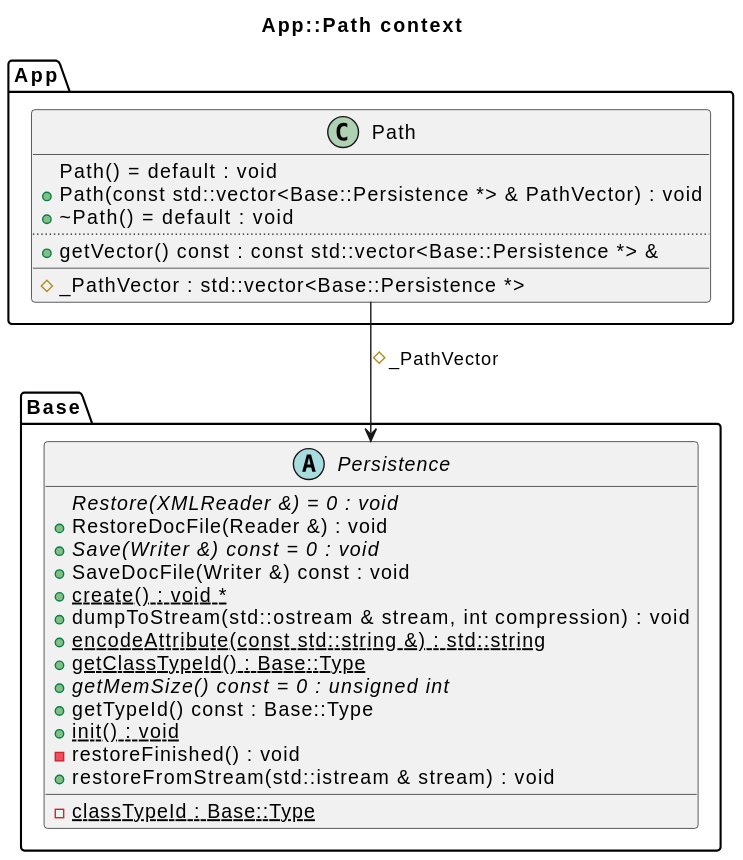
bkryza/clang-uml-examples keeps this PlantUML diagram as freecad/diagrams/app_Path.svg. Above is the earlier version. Source of this version:
```plantuml
@startuml
title App::Path context
package [Base] as C_0005614219575140048477 {
abstract "Persistence" as C_0011528780144950876692
abstract C_0011528780144950876692 [[https://github.com/FreeCAD/FreeCAD/blob/2fcc5317fe3aee96ca73475986a577719fc78e20/src/Base/Persistence.h#L36{Persistence}]] {
{abstract} +Restore(XMLReader &) = 0 : void [[[https://github.com/FreeCAD/FreeCAD/blob/2fcc5317fe3aee96ca73475986a577719fc78e20/src/Base/Persistence.h#L79{Restore}]]]
+RestoreDocFile(Reader &) : void [[[https://github.com/FreeCAD/FreeCAD/blob/2fcc5317fe3aee96ca73475986a577719fc78e20/src/Base/Persistence.h#L144{RestoreDocFile}]]]
{abstract} +Save(Writer &) const = 0 : void [[[https://github.com/FreeCAD/FreeCAD/blob/2fcc5317fe3aee96ca73475986a577719fc78e20/src/Base/Persistence.h#L63{Save}]]]
+SaveDocFile(Writer &) const : void [[[https://github.com/FreeCAD/FreeCAD/blob/2fcc5317fe3aee96ca73475986a577719fc78e20/src/Base/Persistence.h#L114{SaveDocFile}]]]
{static} +create() : void * [[[https://github.com/FreeCAD/FreeCAD/blob/2fcc5317fe3aee96ca73475986a577719fc78e20/src/Base/BaseClass.h#L40{create}]]]
+dumpToStream(std::ostream & stream, int compression) : void [[[https://github.com/FreeCAD/FreeCAD/blob/2fcc5317fe3aee96ca73475986a577719fc78e20/src/Base/Persistence.h#L149{dumpToStream}]]]
{static} +encodeAttribute(const std::string &) : std::string [[[https://github.com/FreeCAD/FreeCAD/blob/2fcc5317fe3aee96ca73475986a577719fc78e20/src/Base/Persistence.h#L146{encodeAttribute}]]]
{static} +getClassTypeId() : Base::Type [[[https://github.com/FreeCAD/FreeCAD/blob/2fcc5317fe3aee96ca73475986a577719fc78e20/src/Base/BaseClass.h#L37{getClassTypeId}]]]
{abstract} +getMemSize() const = 0 : unsigned int [[[https://github.com/FreeCAD/FreeCAD/blob/2fcc5317fe3aee96ca73475986a577719fc78e20/src/Base/Persistence.h#L46{getMemSize}]]]
+getTypeId() const : Base::Type [[[https://github.com/FreeCAD/FreeCAD/blob/2fcc5317fe3aee96ca73475986a577719fc78e20/src/Base/BaseClass.h#L38{getTypeId}]]]
{static} +init() : void [[[https://github.com/FreeCAD/FreeCAD/blob/2fcc5317fe3aee96ca73475986a577719fc78e20/src/Base/BaseClass.h#L39{init}]]]
-restoreFinished() : void [[[https://github.com/FreeCAD/FreeCAD/blob/2fcc5317fe3aee96ca73475986a577719fc78e20/src/Base/Persistence.h#L160{restoreFinished}]]]
+restoreFromStream(std::istream & stream) : void [[[https://github.com/FreeCAD/FreeCAD/blob/2fcc5317fe3aee96ca73475986a577719fc78e20/src/Base/Persistence.h#L152{restoreFromStream}]]]
__
{static} -classTypeId : Base::Type [[[https://github.com/FreeCAD/FreeCAD/blob/2fcc5317fe3aee96ca73475986a577719fc78e20/src/Base/BaseClass.h#L43{classTypeId}]]]
}
}
package [App] as C_0018282610363821501524 {
class "Path" as C_0012882979932666026326
class C_0012882979932666026326 [[https://github.com/FreeCAD/FreeCAD/blob/2fcc5317fe3aee96ca73475986a577719fc78e20/src/App/Path.h#L36{Path}]] {
+Path() = default : void [[[https://github.com/FreeCAD/FreeCAD/blob/2fcc5317fe3aee96ca73475986a577719fc78e20/src/App/Path.h#L43{Path}]]]
+Path(const std::vector<Base::Persistence *> & PathVector) : void [[[https://github.com/FreeCAD/FreeCAD/blob/2fcc5317fe3aee96ca73475986a577719fc78e20/src/App/Path.h#L44{Path}]]]
+~Path() = default : void [[[https://github.com/FreeCAD/FreeCAD/blob/2fcc5317fe3aee96ca73475986a577719fc78e20/src/App/Path.h#L46{~Path}]]]
..
+getVector() const : const std::vector<Base::Persistence *> & [[[https://github.com/FreeCAD/FreeCAD/blob/2fcc5317fe3aee96ca73475986a577719fc78e20/src/App/Path.h#L48{getVector}]]]
__
#_PathVector : std::vector<Base::Persistence *> [[[https://github.com/FreeCAD/FreeCAD/blob/2fcc5317fe3aee96ca73475986a577719fc78e20/src/App/Path.h#L39{_PathVector}]]]
}
}
C_0012882979932666026326 --> C_0011528780144950876692 [[https://github.com/FreeCAD/FreeCAD/blob/2fcc5317fe3aee96ca73475986a577719fc78e20/src/App/Path.h#L39{_PathVector}]] : #_PathVector

@enduml
```
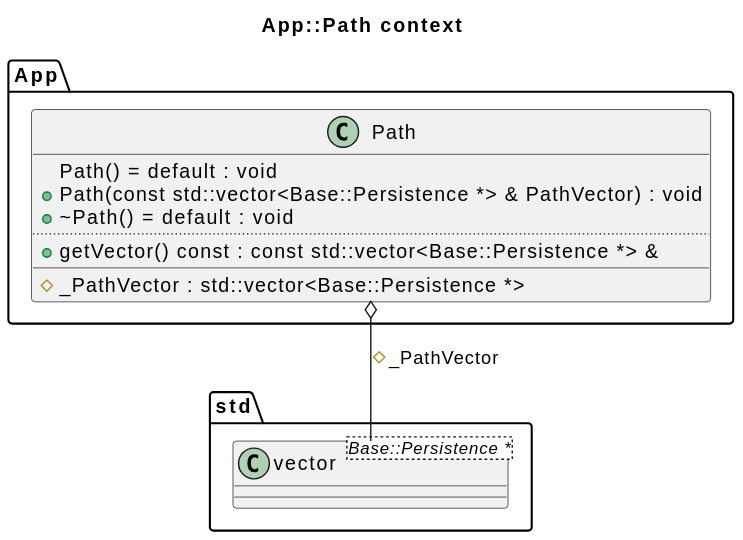
The same diagram one commit later.

Change to the diagram source:
```diff
@@ -1,23 +1,9 @@
 @startuml
 title App::Path context
-package [Base] as C_0005614219575140048477 {
-abstract "Persistence" as C_0011528780144950876692
-abstract C_0011528780144950876692 [[https://github.com/FreeCAD/FreeCAD/blob/2fcc5317fe3aee96ca73475986a577719fc78e20/src/Base/Persistence.h#L36{Persistence}]] {
-{abstract} +Restore(XMLReader &) = 0 : void [[[https://github.com/FreeCAD/FreeCAD/blob/2fcc5317fe3aee96ca73475986a577719fc78e20/src/Base/Persistence.h#L79{Restore}]]]
-+RestoreDocFile(Reader &) : void [[[https://github.com/FreeCAD/FreeCAD/blob/2fcc5317fe3aee96ca73475986a577719fc78e20/src/Base/Persistence.h#L144{RestoreDocFile}]]]
-{abstract} +Save(Writer &) const = 0 : void [[[https://github.com/FreeCAD/FreeCAD/blob/2fcc5317fe3aee96ca73475986a577719fc78e20/src/Base/Persistence.h#L63{Save}]]]
-+SaveDocFile(Writer &) const : void [[[https://github.com/FreeCAD/FreeCAD/blob/2fcc5317fe3aee96ca73475986a577719fc78e20/src/Base/Persistence.h#L114{SaveDocFile}]]]
-{static} +create() : void * [[[https://github.com/FreeCAD/FreeCAD/blob/2fcc5317fe3aee96ca73475986a577719fc78e20/src/Base/BaseClass.h#L40{create}]]]
-+dumpToStream(std::ostream & stream, int compression) : void [[[https://github.com/FreeCAD/FreeCAD/blob/2fcc5317fe3aee96ca73475986a577719fc78e20/src/Base/Persistence.h#L149{dumpToStream}]]]
-{static} +encodeAttribute(const std::string &) : std::string [[[https://github.com/FreeCAD/FreeCAD/blob/2fcc5317fe3aee96ca73475986a577719fc78e20/src/Base/Persistence.h#L146{encodeAttribute}]]]
-{static} +getClassTypeId() : Base::Type [[[https://github.com/FreeCAD/FreeCAD/blob/2fcc5317fe3aee96ca73475986a577719fc78e20/src/Base/BaseClass.h#L37{getClassTypeId}]]]
-{abstract} +getMemSize() const = 0 : unsigned int [[[https://github.com/FreeCAD/FreeCAD/blob/2fcc5317fe3aee96ca73475986a577719fc78e20/src/Base/Persistence.h#L46{getMemSize}]]]
-+getTypeId() const : Base::Type [[[https://github.com/FreeCAD/FreeCAD/blob/2fcc5317fe3aee96ca73475986a577719fc78e20/src/Base/BaseClass.h#L38{getTypeId}]]]
-{static} +init() : void [[[https://github.com/FreeCAD/FreeCAD/blob/2fcc5317fe3aee96ca73475986a577719fc78e20/src/Base/BaseClass.h#L39{init}]]]
--restoreFinished() : void [[[https://github.com/FreeCAD/FreeCAD/blob/2fcc5317fe3aee96ca73475986a577719fc78e20/src/Base/Persistence.h#L160{restoreFinished}]]]
-+restoreFromStream(std::istream & stream) : void [[[https://github.com/FreeCAD/FreeCAD/blob/2fcc5317fe3aee96ca73475986a577719fc78e20/src/Base/Persistence.h#L152{restoreFromStream}]]]
+package [std] as C_0009971158671206323968 {
+class "vector<Base::Persistence *>" as C_0005879659813076243898
+class C_0005879659813076243898 [[https://github.com/FreeCAD/FreeCAD/blob/2fcc5317fe3aee96ca73475986a577719fc78e20/src/App/Path.h#L44{vector}]] {
 __
-{static} -classTypeId : Base::Type [[[https://github.com/FreeCAD/FreeCAD/blob/2fcc5317fe3aee96ca73475986a577719fc78e20/src/Base/BaseClass.h#L43{classTypeId}]]]
 }
 }
 package [App] as C_0018282610363821501524 {
@@ -32,6 +18,6 @@
 #_PathVector : std::vector<Base::Persistence *> [[[https://github.com/FreeCAD/FreeCAD/blob/2fcc5317fe3aee96ca73475986a577719fc78e20/src/App/Path.h#L39{_PathVector}]]]
 }
 }
-C_0012882979932666026326 --> C_0011528780144950876692 [[https://github.com/FreeCAD/FreeCAD/blob/2fcc5317fe3aee96ca73475986a577719fc78e20/src/App/Path.h#L39{_PathVector}]] : #_PathVector
+C_0012882979932666026326 o-- C_0005879659813076243898 [[https://github.com/FreeCAD/FreeCAD/blob/2fcc5317fe3aee96ca73475986a577719fc78e20/src/App/Path.h#L39{_PathVector}]] : #_PathVector
 
 @enduml
```
